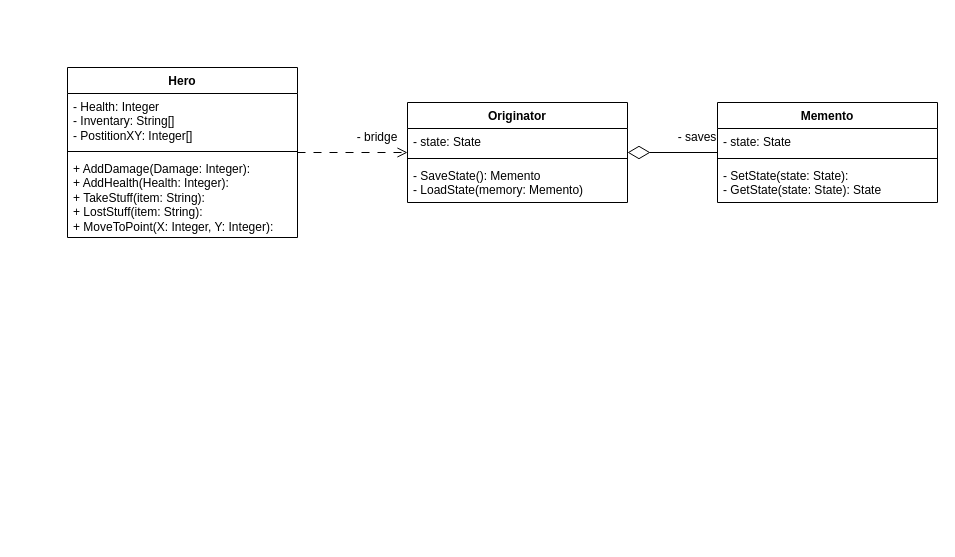
Before: lab03/ThirdLab.drawio in UWU-Sharky/Shmakov_OOAP, a draw.io diagram. Source tidied: cells renumbered, new cells numbered last; positions are measured from the earlier drawing's top-left corner, leaving out a move shared by most shapes. Both pictures are drawn from the tidied source at 100%, with x=0, y=0 at pixel (67, 67).
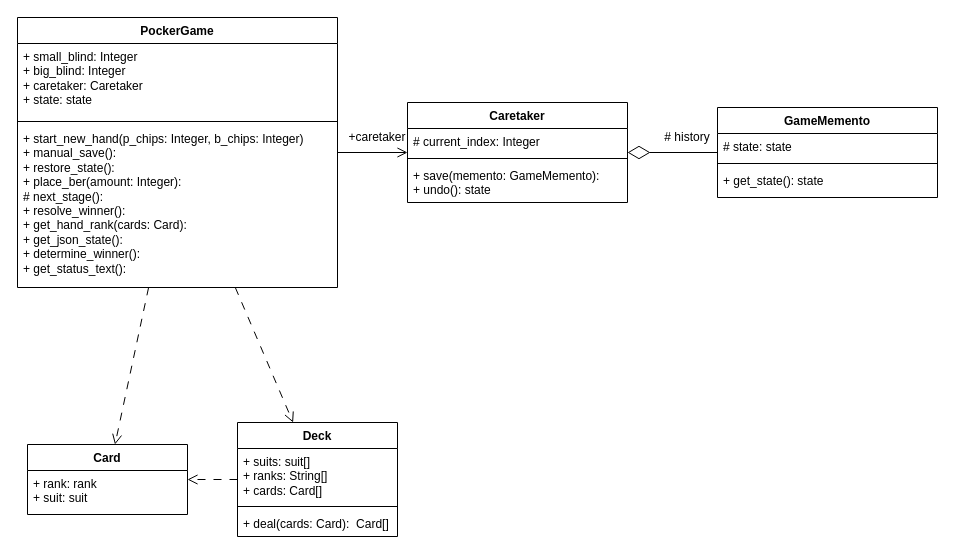
Above is the later version.

What changed in the source:
```diff
@@
-    <mxCell id="2" style="edgeStyle=orthogonalEdgeStyle;rounded=0;jettySize=auto;html=1;dashed=1;dashPattern=8 8;endArrow=open;endFill=0;startSize=8;endSize=8;" parent="1" edge="1" source="3" target="8">
+    <mxCell id="2" style="edgeStyle=orthogonalEdgeStyle;rounded=0;jettySize=auto;html=1;endArrow=open;endFill=0;startSize=8;endSize=8;" parent="1" edge="1" source="3" target="8">
       <mxGeometry relative="1" as="geometry" />
     </mxCell>
+    <mxCell id="18" style="rounded=0;jettySize=auto;html=1;dashed=1;dashPattern=8 8;endArrow=open;endFill=0;endSize=8;" parent="1" edge="1" source="3" target="23">
+      <mxGeometry relative="1" as="geometry" />
+    </mxCell>
+    <mxCell id="19" style="rounded=0;jettySize=auto;html=1;dashed=1;dashPattern=8 8;endArrow=open;endFill=0;endSize=8;" parent="1" edge="1" source="3" target="20">
+      <mxGeometry relative="1" as="geometry" />
+    </mxCell>
-    <mxCell id="3" value="Hero" style="swimlane;fontStyle=1;align=center;verticalAlign=top;horizontal=1;startSize=26;whiteSpace=wrap;html=1;" parent="1" vertex="1">
-      <mxGeometry width="230" height="170" as="geometry" />
+    <mxCell id="3" value="PockerGame" style="swimlane;fontStyle=1;align=center;verticalAlign=top;horizontal=1;startSize=26;whiteSpace=wrap;html=1;" parent="1" vertex="1">
+      <mxGeometry x="-50" y="-50" width="320" height="270" as="geometry" />
     </mxCell>
-    <mxCell id="4" value="- Health: Integer&lt;div&gt;- Inventary: String[]&lt;/div&gt;&lt;div&gt;- PostitionXY: Integer[]&lt;/div&gt;" style="text;strokeColor=none;fillColor=none;align=left;verticalAlign=top;spacingLeft=4;spacingRight=4;overflow=hidden;whiteSpace=wrap;html=1;" parent="3" vertex="1">
-      <mxGeometry y="26" width="230" height="54" as="geometry" />
+    <mxCell id="4" value="+ small_blind: Integer&lt;div&gt;+ big_blind: Integer&lt;/div&gt;&lt;div&gt;+ caretaker: Caretaker&lt;/div&gt;&lt;div&gt;+ state: state&lt;/div&gt;" style="text;strokeColor=none;fillColor=none;align=left;verticalAlign=top;spacingLeft=4;spacingRight=4;overflow=hidden;whiteSpace=wrap;html=1;" parent="3" vertex="1">
+      <mxGeometry y="26" width="320" height="74" as="geometry" />
     </mxCell>
     <mxCell id="5" style="line;strokeWidth=1;fillColor=none;align=left;verticalAlign=middle;spacingTop=-1;spacingLeft=3;spacingRight=3;labelPosition=right;strokeColor=inherit;" parent="3" vertex="1">
-      <mxGeometry y="80" width="230" height="8" as="geometry" />
+      <mxGeometry y="100" width="320" height="8" as="geometry" />
     </mxCell>
-    <mxCell id="6" value="+ AddDamage(Damage: Integer):&lt;div&gt;+ AddHealth(Health: Integer):&lt;/div&gt;&lt;div&gt;+ TakeStuff(item: String):&lt;/div&gt;&lt;div&gt;+ LostStuff(item: String):&lt;/div&gt;&lt;div&gt;+ MoveToPoint(X: Integer, Y: Integer):&lt;/div&gt;" style="text;strokeColor=none;fillColor=none;align=left;verticalAlign=top;spacingLeft=4;spacingRight=4;overflow=hidden;whiteSpace=wrap;html=1;" parent="3" vertex="1">
-      <mxGeometry y="88" width="230" height="82" as="geometry" />
+    <mxCell id="6" value="&lt;div&gt;+ start_new_hand(p_chips: Integer, b_chips: Integer)&lt;/div&gt;&lt;div&gt;+ manual_save():&lt;/div&gt;&lt;div&gt;+ restore_state():&lt;/div&gt;&lt;div&gt;+ place_ber(amount: Integer):&lt;/div&gt;&lt;div&gt;# next_stage():&lt;/div&gt;&lt;div&gt;+ resolve_winner():&lt;/div&gt;&lt;div&gt;+ get_hand_rank(cards: Card):&lt;/div&gt;&lt;div&gt;+ get_json_state():&lt;/div&gt;&lt;div&gt;+ determine_winner():&lt;/div&gt;&lt;div&gt;+ get_status_text():&lt;/div&gt;" style="text;strokeColor=none;fillColor=none;align=left;verticalAlign=top;spacingLeft=4;spacingRight=4;overflow=hidden;whiteSpace=wrap;html=1;" parent="3" vertex="1">
+      <mxGeometry y="108" width="320" height="162" as="geometry" />
     </mxCell>
@@
-    <mxCell id="8" value="Originator" style="swimlane;fontStyle=1;align=center;verticalAlign=top;horizontal=1;startSize=26;whiteSpace=wrap;html=1;" parent="1" vertex="1">
+    <mxCell id="8" value="Caretaker" style="swimlane;fontStyle=1;align=center;verticalAlign=top;horizontal=1;startSize=26;whiteSpace=wrap;html=1;" parent="1" vertex="1">
       <mxGeometry x="340" y="35" width="220" height="100" as="geometry" />
     </mxCell>
-    <mxCell id="9" value="- state: State" style="text;strokeColor=none;fillColor=none;align=left;verticalAlign=top;spacingLeft=4;spacingRight=4;overflow=hidden;whiteSpace=wrap;html=1;" parent="8" vertex="1">
+    <mxCell id="9" value="# current_index: Integer" style="text;strokeColor=none;fillColor=none;align=left;verticalAlign=top;spacingLeft=4;spacingRight=4;overflow=hidden;whiteSpace=wrap;html=1;" parent="8" vertex="1">
       <mxGeometry y="26" width="220" height="26" as="geometry" />
     </mxCell>
@@
-    <mxCell id="11" value="- SaveState(): Memento&lt;div&gt;- LoadState(memory: Memento)&lt;/div&gt;" style="text;strokeColor=none;fillColor=none;align=left;verticalAlign=top;spacingLeft=4;spacingRight=4;overflow=hidden;whiteSpace=wrap;html=1;" parent="8" vertex="1">
+    <mxCell id="11" value="+ save(memento: GameMemento):&lt;div&gt;+ undo(): state&lt;/div&gt;" style="text;strokeColor=none;fillColor=none;align=left;verticalAlign=top;spacingLeft=4;spacingRight=4;overflow=hidden;whiteSpace=wrap;html=1;" parent="8" vertex="1">
       <mxGeometry y="60" width="220" height="40" as="geometry" />
     </mxCell>
-    <mxCell id="12" value="- bridge" style="text;html=1;whiteSpace=wrap;strokeColor=none;fillColor=none;align=center;verticalAlign=middle;rounded=0;" parent="1" vertex="1">
+    <mxCell id="12" value="+caretaker" style="text;html=1;whiteSpace=wrap;strokeColor=none;fillColor=none;align=center;verticalAlign=middle;rounded=0;" parent="1" vertex="1">
       <mxGeometry x="280" y="55" width="60" height="30" as="geometry" />
     </mxCell>
-    <mxCell id="13" value="Memento" style="swimlane;fontStyle=1;align=center;verticalAlign=top;horizontal=1;startSize=26;whiteSpace=wrap;html=1;" parent="1" vertex="1">
-      <mxGeometry x="650" y="35" width="220" height="100" as="geometry" />
+    <mxCell id="13" value="GameMemento" style="swimlane;fontStyle=1;align=center;verticalAlign=top;horizontal=1;startSize=26;whiteSpace=wrap;html=1;" parent="1" vertex="1">
+      <mxGeometry x="650" y="40" width="220" height="90" as="geometry" />
     </mxCell>
-    <mxCell id="14" value="- state: State" style="text;strokeColor=none;fillColor=none;align=left;verticalAlign=top;spacingLeft=4;spacingRight=4;overflow=hidden;whiteSpace=wrap;html=1;" parent="13" vertex="1">
+    <mxCell id="14" value="# state: state" style="text;strokeColor=none;fillColor=none;align=left;verticalAlign=top;spacingLeft=4;spacingRight=4;overflow=hidden;whiteSpace=wrap;html=1;" parent="13" vertex="1">
       <mxGeometry y="26" width="220" height="26" as="geometry" />
     </mxCell>
@@
-    <mxCell id="16" value="- SetState(state: State):&lt;div&gt;- GetState(state: State): State&lt;/div&gt;" style="text;strokeColor=none;fillColor=none;align=left;verticalAlign=top;spacingLeft=4;spacingRight=4;overflow=hidden;whiteSpace=wrap;html=1;" parent="13" vertex="1">
-      <mxGeometry y="60" width="220" height="40" as="geometry" />
+    <mxCell id="16" value="&lt;div&gt;+ get_state(): state&lt;/div&gt;" style="text;strokeColor=none;fillColor=none;align=left;verticalAlign=top;spacingLeft=4;spacingRight=4;overflow=hidden;whiteSpace=wrap;html=1;" parent="13" vertex="1">
+      <mxGeometry y="60" width="220" height="30" as="geometry" />
     </mxCell>
-    <mxCell id="17" value="- saves" style="text;html=1;whiteSpace=wrap;strokeColor=none;fillColor=none;align=center;verticalAlign=middle;rounded=0;" parent="1" vertex="1">
-      <mxGeometry x="600" y="55" width="60" height="30" as="geometry" />
+    <mxCell id="17" value="# history" style="text;html=1;whiteSpace=wrap;strokeColor=none;fillColor=none;align=center;verticalAlign=middle;rounded=0;" parent="1" vertex="1">
+      <mxGeometry x="590" y="55" width="60" height="30" as="geometry" />
     </mxCell>
+    <mxCell id="20" value="Card" style="swimlane;fontStyle=1;align=center;verticalAlign=top;horizontal=1;startSize=26;whiteSpace=wrap;html=1;" parent="1" vertex="1">
+      <mxGeometry x="-40" y="377" width="160" height="70" as="geometry" />
+    </mxCell>
+    <mxCell id="21" value="+ rank: rank&lt;div&gt;+ suit: suit&lt;/div&gt;" style="text;strokeColor=none;fillColor=none;align=left;verticalAlign=top;spacingLeft=4;spacingRight=4;overflow=hidden;whiteSpace=wrap;html=1;" parent="20" vertex="1">
+      <mxGeometry y="26" width="160" height="44" as="geometry" />
+    </mxCell>
+    <mxCell id="22" style="rounded=0;jettySize=auto;html=1;endArrow=open;endFill=0;dashed=1;dashPattern=8 8;endSize=8;" parent="1" edge="1" source="23" target="20">
+      <mxGeometry relative="1" as="geometry" />
+    </mxCell>
+    <mxCell id="23" value="Deck" style="swimlane;fontStyle=1;align=center;verticalAlign=top;horizontal=1;startSize=26;whiteSpace=wrap;html=1;" parent="1" vertex="1">
+      <mxGeometry x="170" y="355" width="160" height="114" as="geometry" />
+    </mxCell>
+    <mxCell id="24" value="+ suits: suit[]&lt;div&gt;+ ranks: String[]&lt;/div&gt;&lt;div&gt;+ cards: Card[]&lt;/div&gt;" style="text;strokeColor=none;fillColor=none;align=left;verticalAlign=top;spacingLeft=4;spacingRight=4;overflow=hidden;whiteSpace=wrap;html=1;" parent="23" vertex="1">
+      <mxGeometry y="26" width="160" height="54" as="geometry" />
+    </mxCell>
+    <mxCell id="25" style="line;strokeWidth=1;fillColor=none;align=left;verticalAlign=middle;spacingTop=-1;spacingLeft=3;spacingRight=3;labelPosition=right;strokeColor=inherit;" parent="23" vertex="1">
+      <mxGeometry y="80" width="160" height="8" as="geometry" />
+    </mxCell>
+    <mxCell id="26" value="+ deal(cards: Card):&amp;nbsp; Card[]" style="text;strokeColor=none;fillColor=none;align=left;verticalAlign=top;spacingLeft=4;spacingRight=4;overflow=hidden;whiteSpace=wrap;html=1;" parent="23" vertex="1">
+      <mxGeometry y="88" width="160" height="26" as="geometry" />
+    </mxCell>
```
